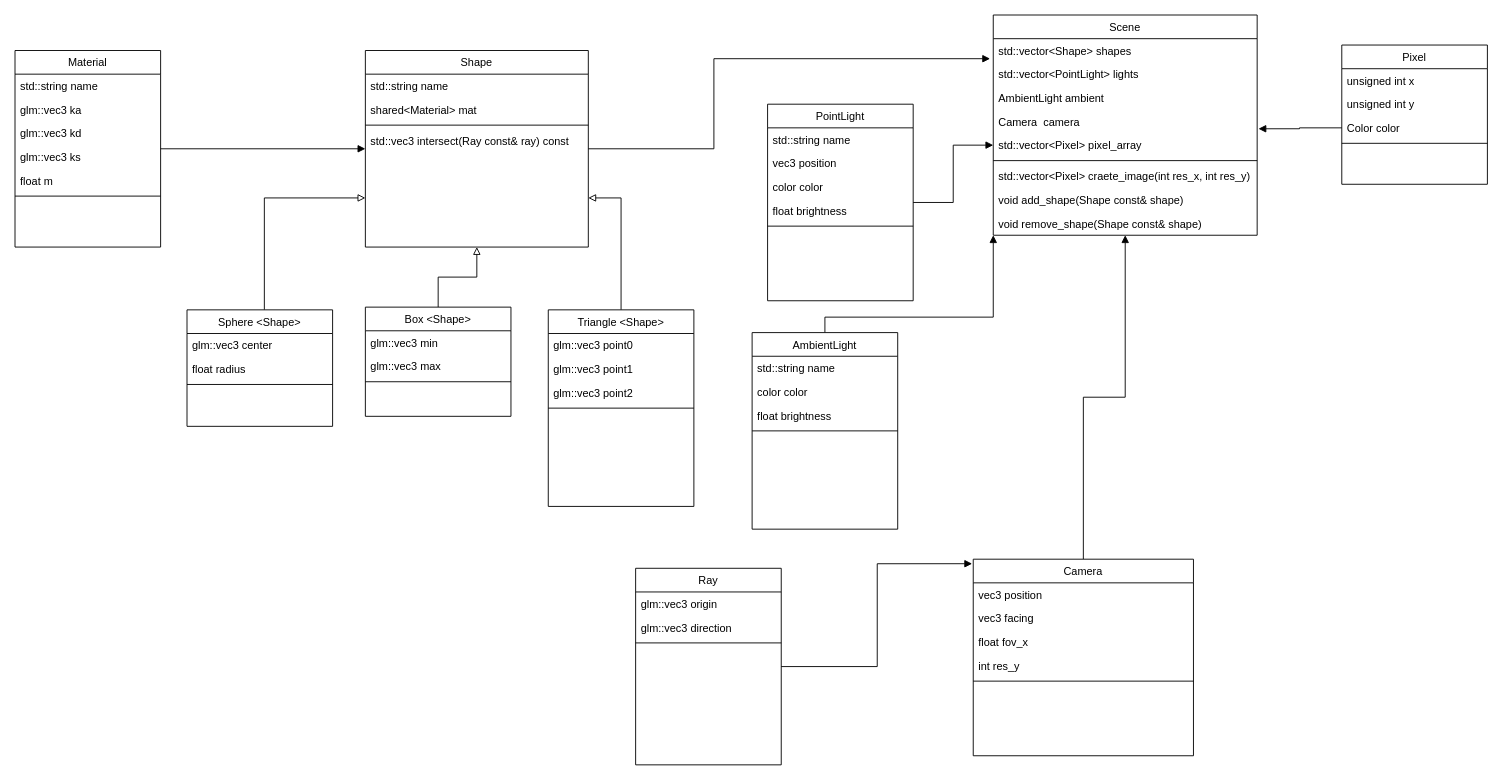
Before: RayTracerUML.drawio in GorgeousOne/Prog-RayTracer, a draw.io diagram. Source tidied: cells renumbered, new cells numbered last; positions are measured from the earlier drawing's top-left corner, leaving out a move shared by most shapes. Both pictures are drawn from the tidied source at 91%, with x=0, y=0 at pixel (15, 15).
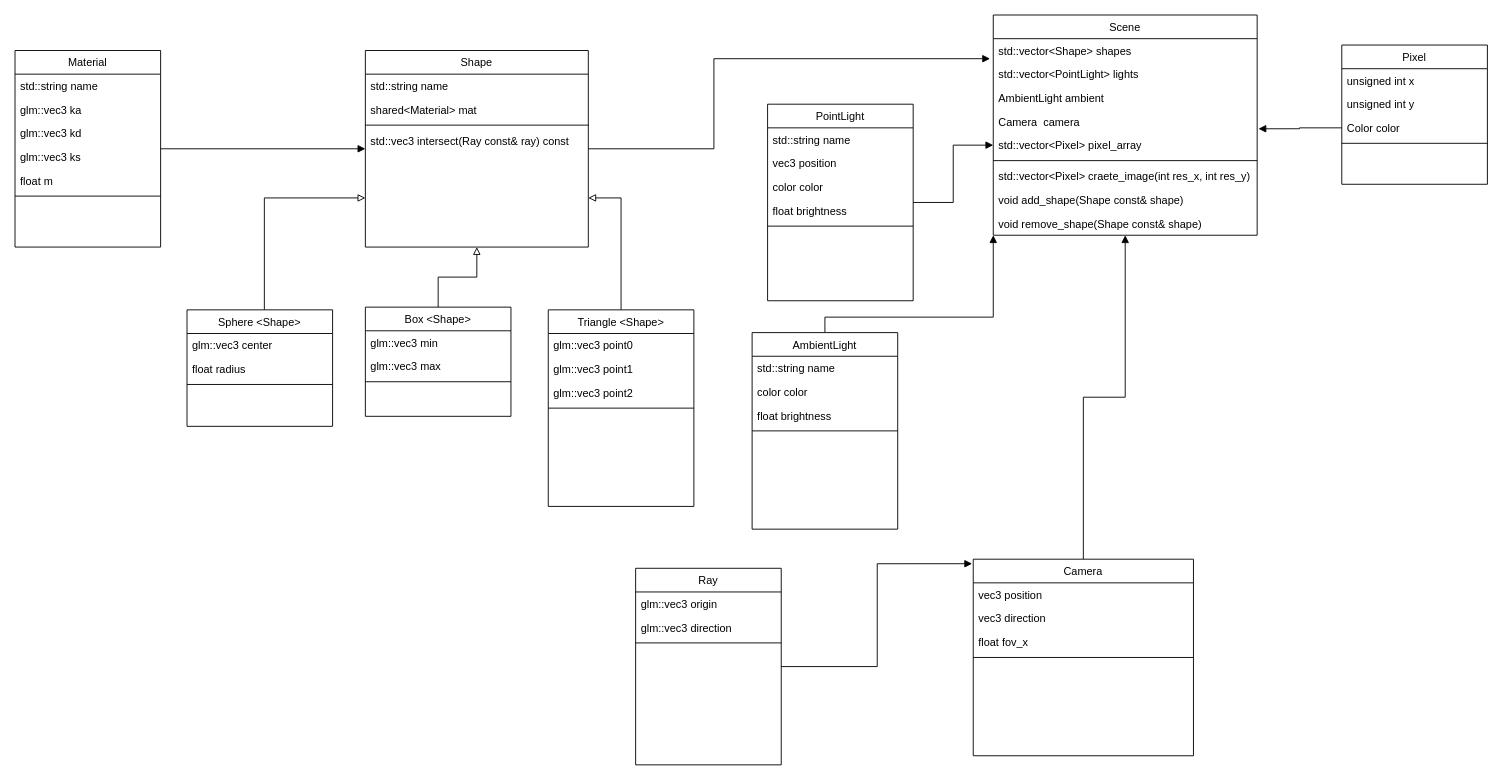
The same page after the edit.

The change refers to these unchanged cells:
```xml
<mxCell id="17" value="Camera" style="swimlane;fontStyle=0;align=center;verticalAlign=top;horizontal=1;startSize=26;rounded=0;shadow=0;strokeWidth=1;" parent="1" vertex="1">
  <mxGeometry x="1053" y="598" width="242" height="216" as="geometry" />
</mxCell>
```

What changed in the source:
```diff
@@
-    <mxCell id="19" value="vec3 facing" style="text;align=left;verticalAlign=top;spacingLeft=4;spacingRight=4;overflow=hidden;rounded=0;shadow=0;html=0;" parent="17" vertex="1">
+    <mxCell id="19" value="vec3 direction" style="text;align=left;verticalAlign=top;spacingLeft=4;spacingRight=4;overflow=hidden;rounded=0;shadow=0;html=0;" parent="17" vertex="1">
       <mxGeometry y="52" width="242" height="26" as="geometry" />
     </mxCell>
@@
-    <mxCell id="21" value="int res_y" style="text;align=left;verticalAlign=top;spacingLeft=4;spacingRight=4;overflow=hidden;rounded=0;shadow=0;html=0;" parent="17" vertex="1">
-      <mxGeometry y="104" width="242" height="26" as="geometry" />
-    </mxCell>
     <mxCell id="22" style="line;html=1;strokeWidth=1;align=left;verticalAlign=middle;spacingTop=-1;spacingLeft=3;spacingRight=3;labelPosition=right;" parent="17" vertex="1">
-      <mxGeometry y="130" width="242" height="8" as="geometry" />
+      <mxGeometry y="104" width="242" height="8" as="geometry" />
     </mxCell>
```
